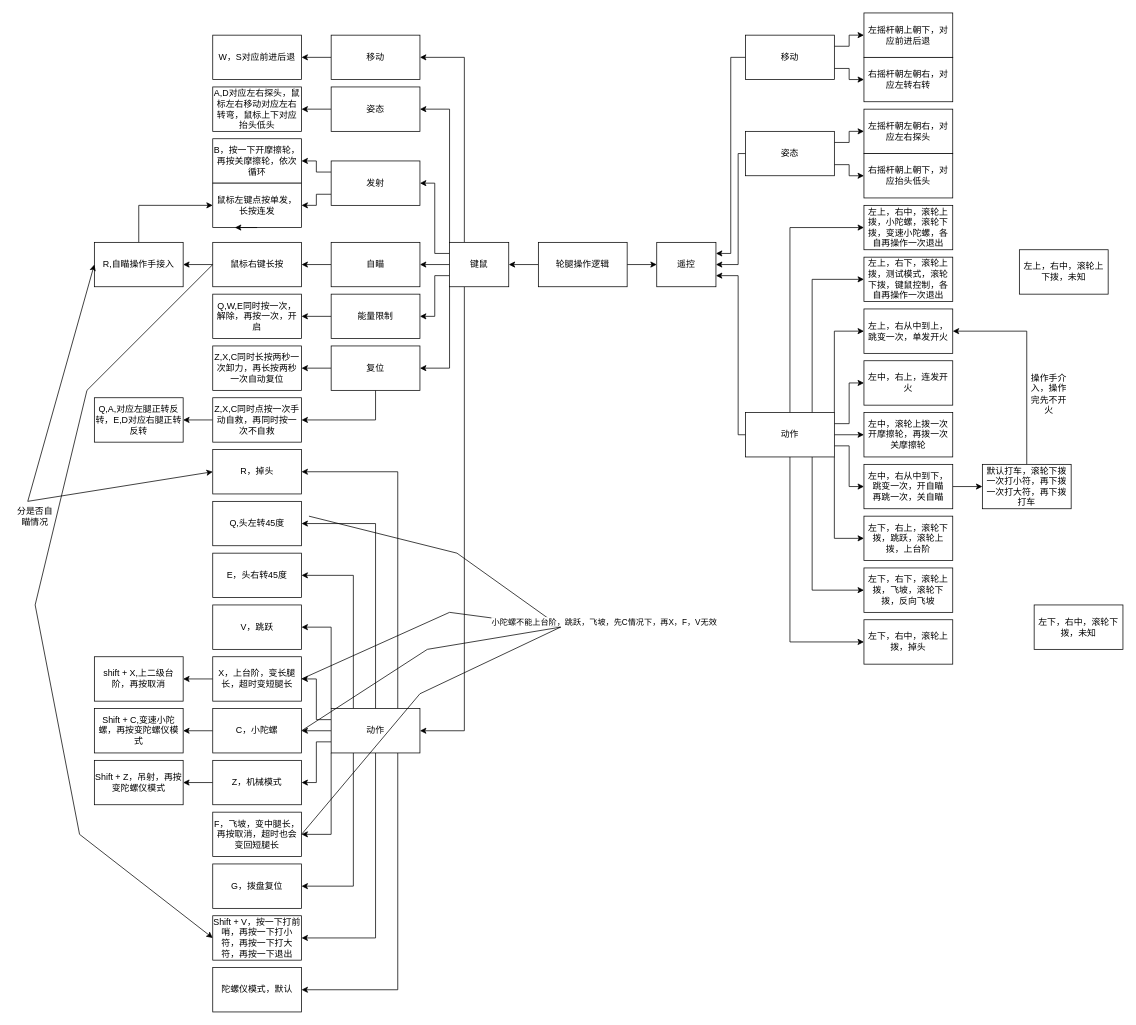
This is draw.io/opera_logic.drawio from WRX1234-code/RP__wrx, a draw.io file, before an edit. Source tidied: cells renumbered, new cells numbered last; positions are measured from the earlier drawing's top-left corner, leaving out a move shared by most shapes. Both pictures are drawn from the tidied source at 74%, with x=0, y=0 at pixel (13, 13).
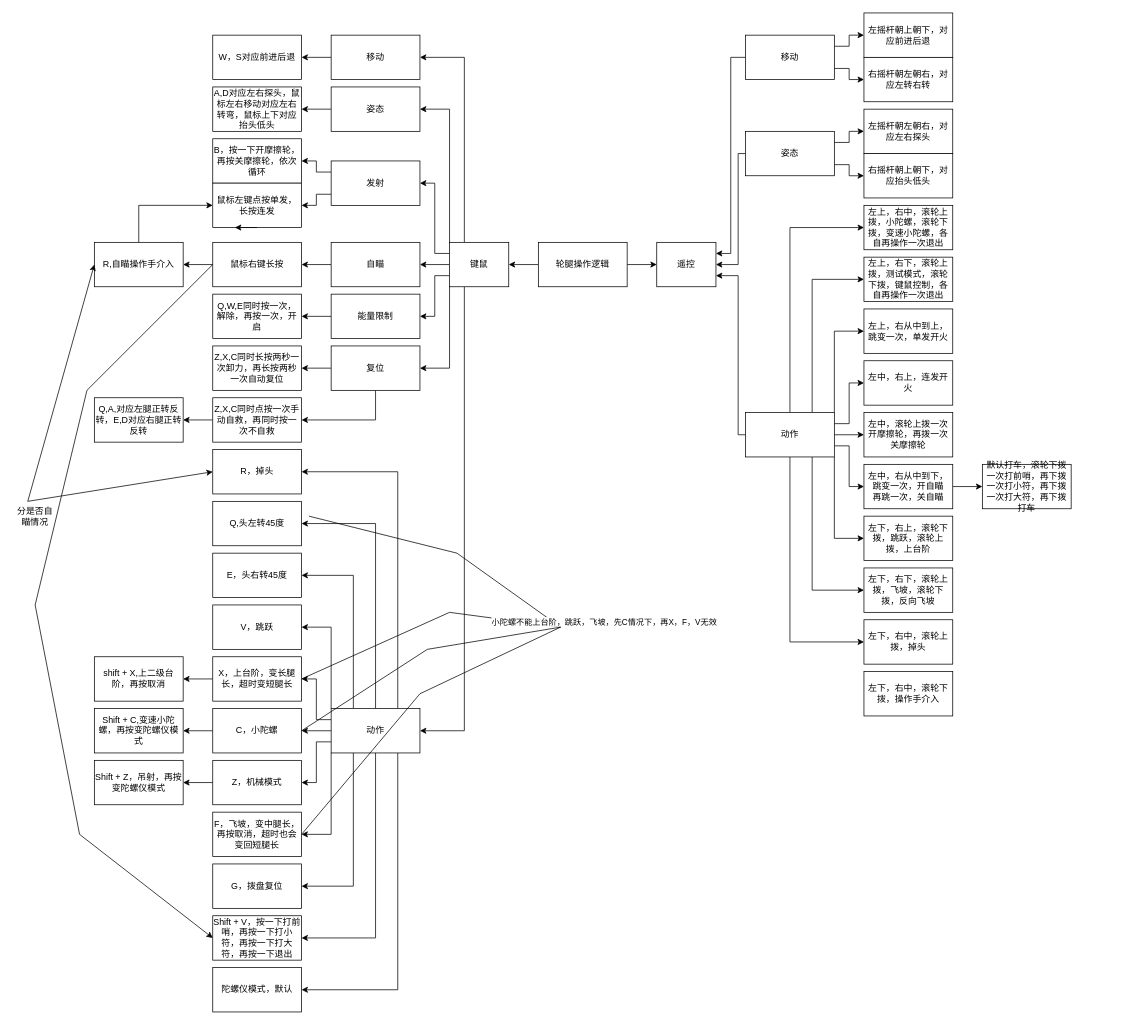
Above is the later version.

The change refers to these unchanged cells:
```xml
<mxCell id="95" value="左上，右从中到上，跳变一次，单发开火" style="rounded=0;whiteSpace=wrap;html=1;" parent="1" vertex="1">
  <mxGeometry x="1150" y="400" width="120" height="60" as="geometry" />
</mxCell>
```

What changed in the source:
```diff
@@
-    <mxCell id="64" value="R,自瞄操作手接入" style="rounded=0;whiteSpace=wrap;html=1;" parent="1" vertex="1">
+    <mxCell id="64" value="R,自瞄操作手介入" style="rounded=0;whiteSpace=wrap;html=1;" parent="1" vertex="1">
       <mxGeometry x="110" y="310" width="120" height="60" as="geometry" />
     </mxCell>
@@
-    <mxCell id="92" style="edgeStyle=orthogonalEdgeStyle;rounded=0;jettySize=auto;html=1;exitX=0.5;exitY=0;exitDx=0;exitDy=0;entryX=1;entryY=0.5;entryDx=0;entryDy=0;" parent="1" edge="1" source="93" target="95">
-      <mxGeometry relative="1" as="geometry">
-        <Array as="points">
-          <mxPoint x="1370" y="430" />
-        </Array>
-      </mxGeometry>
-    </mxCell>
-    <mxCell id="93" value="默认打车，滚轮下拨一次打小符，再下拨一次打大符，再下拨打车" style="rounded=0;whiteSpace=wrap;html=1;" parent="1" vertex="1">
+    <mxCell id="93" value="默认打车，滚轮下拨&lt;div&gt;一次打前哨，再下拨一次打小符，再下拨一次打大符，再下拨打车&lt;/div&gt;" style="rounded=0;whiteSpace=wrap;html=1;" parent="1" vertex="1">
       <mxGeometry x="1310" y="610" width="120" height="60" as="geometry" />
     </mxCell>
@@
-    <mxCell id="99" value="操作手介入，操作完先不开火" style="text;html=1;whiteSpace=wrap;strokeColor=none;fillColor=none;align=center;verticalAlign=middle;rounded=0;" parent="1" vertex="1">
-      <mxGeometry x="1370" y="500" width="60" height="30" as="geometry" />
-    </mxCell>
@@
-    <mxCell id="106" value="左上，右中，滚轮上下拨，未知" style="rounded=0;whiteSpace=wrap;html=1;" parent="1" vertex="1">
-      <mxGeometry x="1360" y="320" width="120" height="60" as="geometry" />
-    </mxCell>
-    <mxCell id="107" value="左下，右中，滚轮下拨，未知" style="rounded=0;whiteSpace=wrap;html=1;" parent="1" vertex="1">
-      <mxGeometry x="1380" y="800" width="120" height="60" as="geometry" />
+    <mxCell id="107" value="左下，右中，滚轮下拨，操作手介入" style="rounded=0;whiteSpace=wrap;html=1;" parent="1" vertex="1">
+      <mxGeometry x="1150" y="890" width="120" height="60" as="geometry" />
     </mxCell>
```
